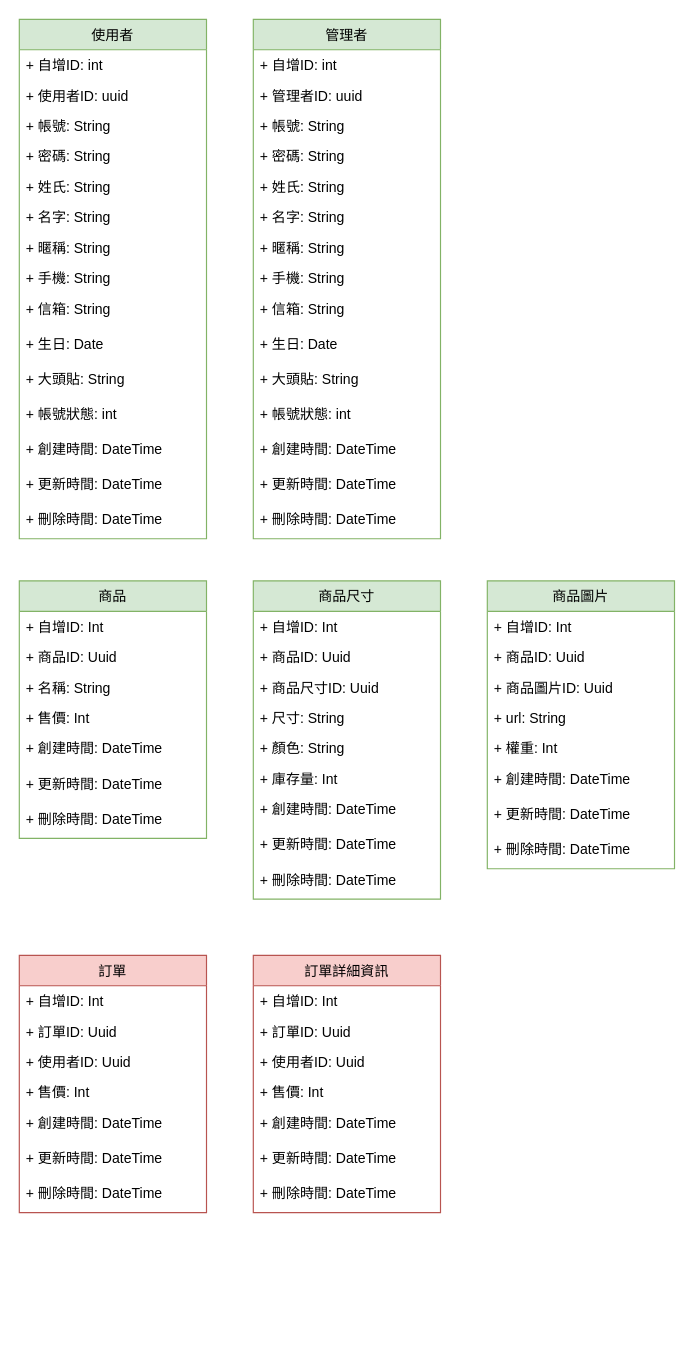
The draw.io diagram Document/AK49.drawio in kurt6783/AK49-Shop, before the edit. Source tidied: cells renumbered, new cells numbered last; positions are measured from the earlier drawing's top-left corner, leaving out a move shared by most shapes. Both pictures are drawn from the tidied source at 117%, with x=0, y=0 at pixel (19, 19).
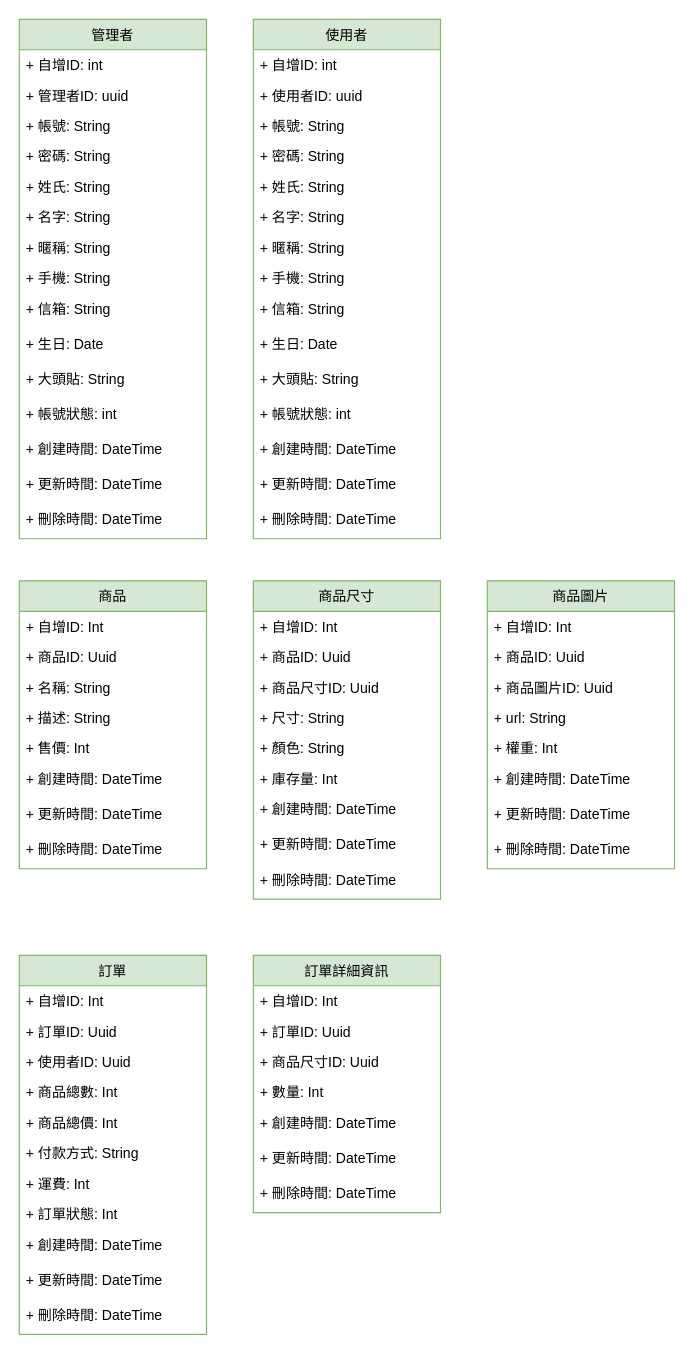
The same diagram, later.

Commit message:
完成 帳號/商品/訂單 Class UML

Diff of the diagram source:
```diff
@@
     <mxCell id="2" value="使用者" style="swimlane;fontStyle=0;horizontal=1;startSize=26;fillColor=#d5e8d4;strokeColor=#82b366;" parent="1" vertex="1">
-      <mxGeometry width="160" height="444" as="geometry" />
+      <mxGeometry x="200" width="160" height="444" as="geometry" />
     </mxCell>
@@
     <mxCell id="18" value="商品" style="swimlane;fontStyle=0;horizontal=1;startSize=26;fillColor=#d5e8d4;strokeColor=#82b366;" parent="1" vertex="1">
-      <mxGeometry y="480" width="160" height="220" as="geometry" />
+      <mxGeometry y="480" width="160" height="246" as="geometry" />
     </mxCell>
@@
+    <mxCell id="77" value="+ 描述: String" style="text;strokeColor=none;fillColor=none;align=left;verticalAlign=top;spacingLeft=4;spacingRight=4;overflow=hidden;" parent="18" vertex="1">
+      <mxGeometry y="104" width="160" height="26" as="geometry" />
+    </mxCell>
     <mxCell id="22" value="+ 售價: Int" style="text;strokeColor=none;fillColor=none;align=left;verticalAlign=top;spacingLeft=4;spacingRight=4;overflow=hidden;" parent="18" vertex="1">
-      <mxGeometry y="104" width="160" height="26" as="geometry" />
+      <mxGeometry y="130" width="160" height="26" as="geometry" />
     </mxCell>
     <mxCell id="23" value="+ 創建時間: DateTime" style="text;strokeColor=none;fillColor=none;align=left;verticalAlign=top;spacingLeft=4;spacingRight=4;overflow=hidden;" parent="18" vertex="1">
-      <mxGeometry y="130" width="160" height="30" as="geometry" />
+      <mxGeometry y="156" width="160" height="30" as="geometry" />
     </mxCell>
     <mxCell id="24" value="+ 更新時間: DateTime" style="text;strokeColor=none;fillColor=none;align=left;verticalAlign=top;spacingLeft=4;spacingRight=4;overflow=hidden;" parent="18" vertex="1">
-      <mxGeometry y="160" width="160" height="30" as="geometry" />
+      <mxGeometry y="186" width="160" height="30" as="geometry" />
     </mxCell>
     <mxCell id="25" value="+ 刪除時間: DateTime" style="text;strokeColor=none;fillColor=none;align=left;verticalAlign=top;spacingLeft=4;spacingRight=4;overflow=hidden;" parent="18" vertex="1">
-      <mxGeometry y="190" width="160" height="30" as="geometry" />
+      <mxGeometry y="216" width="160" height="30" as="geometry" />
     </mxCell>
     <mxCell id="26" value="管理者" style="swimlane;fontStyle=0;horizontal=1;startSize=26;fillColor=#d5e8d4;strokeColor=#82b366;" parent="1" vertex="1">
-      <mxGeometry x="200" width="160" height="444" as="geometry" />
+      <mxGeometry width="160" height="444" as="geometry" />
     </mxCell>
@@
-    <mxCell id="61" value="訂單" style="swimlane;fontStyle=0;horizontal=1;startSize=26;fillColor=#f8cecc;strokeColor=#b85450;" parent="1" vertex="1">
-      <mxGeometry y="800" width="160" height="220" as="geometry" />
+    <mxCell id="61" value="訂單" style="swimlane;fontStyle=0;horizontal=1;startSize=26;fillColor=#d5e8d4;strokeColor=#82b366;" parent="1" vertex="1">
+      <mxGeometry y="800" width="160" height="324" as="geometry" />
     </mxCell>
@@
-    <mxCell id="65" value="+ 售價: Int" style="text;strokeColor=none;fillColor=none;align=left;verticalAlign=top;spacingLeft=4;spacingRight=4;overflow=hidden;" parent="61" vertex="1">
+    <mxCell id="65" value="+ 商品總數: Int" style="text;strokeColor=none;fillColor=none;align=left;verticalAlign=top;spacingLeft=4;spacingRight=4;overflow=hidden;" parent="61" vertex="1">
       <mxGeometry y="104" width="160" height="26" as="geometry" />
     </mxCell>
+    <mxCell id="78" value="+ 商品總價: Int" style="text;strokeColor=none;fillColor=none;align=left;verticalAlign=top;spacingLeft=4;spacingRight=4;overflow=hidden;" parent="61" vertex="1">
+      <mxGeometry y="130" width="160" height="26" as="geometry" />
+    </mxCell>
+    <mxCell id="79" value="+ 付款方式: String" style="text;strokeColor=none;fillColor=none;align=left;verticalAlign=top;spacingLeft=4;spacingRight=4;overflow=hidden;" parent="61" vertex="1">
+      <mxGeometry y="156" width="160" height="26" as="geometry" />
+    </mxCell>
+    <mxCell id="80" value="+ 運費: Int" style="text;strokeColor=none;fillColor=none;align=left;verticalAlign=top;spacingLeft=4;spacingRight=4;overflow=hidden;" parent="61" vertex="1">
+      <mxGeometry y="182" width="160" height="26" as="geometry" />
+    </mxCell>
+    <mxCell id="81" value="+ 訂單狀態: Int" style="text;strokeColor=none;fillColor=none;align=left;verticalAlign=top;spacingLeft=4;spacingRight=4;overflow=hidden;" parent="61" vertex="1">
+      <mxGeometry y="208" width="160" height="26" as="geometry" />
+    </mxCell>
     <mxCell id="66" value="+ 創建時間: DateTime" style="text;strokeColor=none;fillColor=none;align=left;verticalAlign=top;spacingLeft=4;spacingRight=4;overflow=hidden;" parent="61" vertex="1">
-      <mxGeometry y="130" width="160" height="30" as="geometry" />
+      <mxGeometry y="234" width="160" height="30" as="geometry" />
     </mxCell>
     <mxCell id="67" value="+ 更新時間: DateTime" style="text;strokeColor=none;fillColor=none;align=left;verticalAlign=top;spacingLeft=4;spacingRight=4;overflow=hidden;" parent="61" vertex="1">
-      <mxGeometry y="160" width="160" height="30" as="geometry" />
+      <mxGeometry y="264" width="160" height="30" as="geometry" />
     </mxCell>
     <mxCell id="68" value="+ 刪除時間: DateTime" style="text;strokeColor=none;fillColor=none;align=left;verticalAlign=top;spacingLeft=4;spacingRight=4;overflow=hidden;" parent="61" vertex="1">
-      <mxGeometry y="190" width="160" height="30" as="geometry" />
+      <mxGeometry y="294" width="160" height="30" as="geometry" />
     </mxCell>
-    <mxCell id="69" value="訂單詳細資訊" style="swimlane;fontStyle=0;horizontal=1;startSize=26;fillColor=#f8cecc;strokeColor=#b85450;" parent="1" vertex="1">
+    <mxCell id="69" value="訂單詳細資訊" style="swimlane;fontStyle=0;horizontal=1;startSize=26;fillColor=#d5e8d4;strokeColor=#82b366;" parent="1" vertex="1">
       <mxGeometry x="200" y="800" width="160" height="220" as="geometry" />
     </mxCell>
@@
-    <mxCell id="72" value="+ 使用者ID: Uuid" style="text;strokeColor=none;fillColor=none;align=left;verticalAlign=top;spacingLeft=4;spacingRight=4;overflow=hidden;" parent="69" vertex="1">
-      <mxGeometry y="78" width="160" height="26" as="geometry" />
-    </mxCell>
-    <mxCell id="73" value="+ 售價: Int" style="text;strokeColor=none;fillColor=none;align=left;verticalAlign=top;spacingLeft=4;spacingRight=4;overflow=hidden;" parent="69" vertex="1">
-      <mxGeometry y="104" width="160" height="26" as="geometry" />
-    </mxCell>
+    <mxCell id="82" value="+ 商品尺寸ID: Uuid" style="text;strokeColor=none;fillColor=none;align=left;verticalAlign=top;spacingLeft=4;spacingRight=4;overflow=hidden;" parent="69" vertex="1">
+      <mxGeometry y="78" width="160" height="26" as="geometry" />
+    </mxCell>
+    <mxCell id="83" value="+ 數量: Int" style="text;strokeColor=none;fillColor=none;align=left;verticalAlign=top;spacingLeft=4;spacingRight=4;overflow=hidden;" parent="69" vertex="1">
+      <mxGeometry y="104" width="160" height="26" as="geometry" />
+    </mxCell>
```
